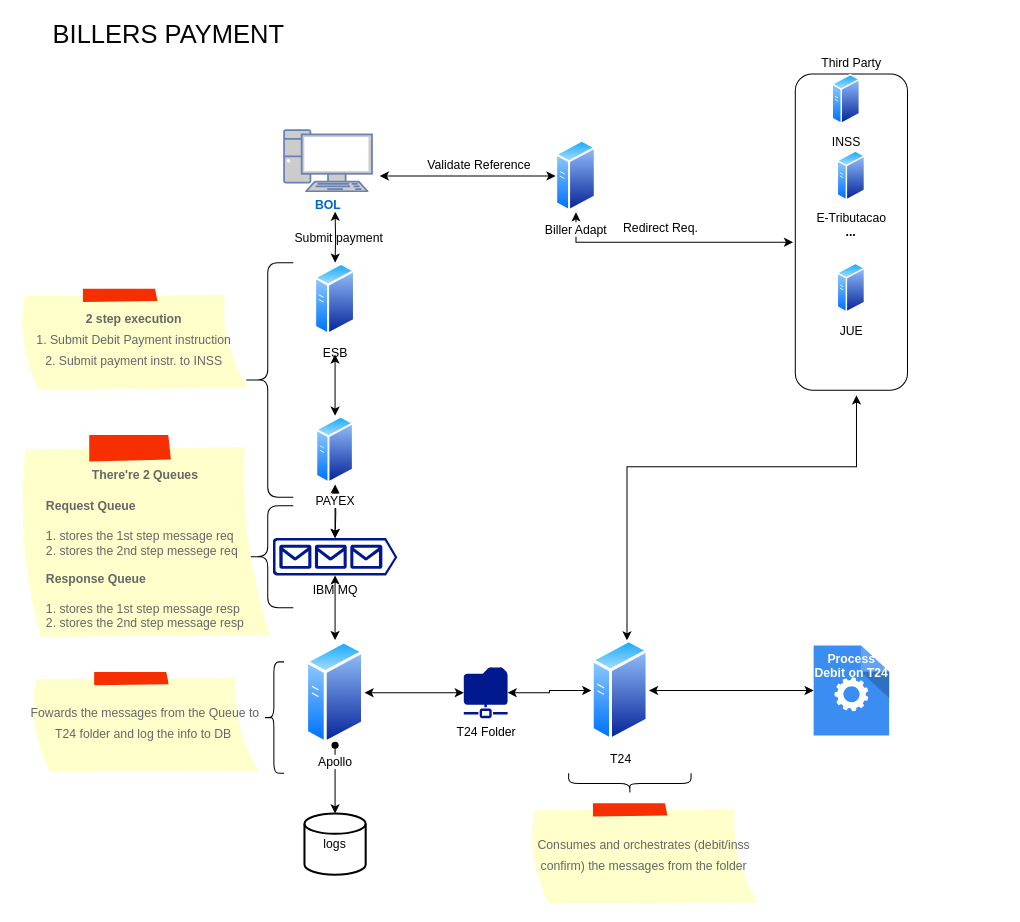
Above: Untitled Diagram.drawio in Klaucio/aula (draw.io), before the change. Source tidied: cells renumbered, new cells numbered last; positions are measured from the earlier drawing's top-left corner, leaving out a move shared by most shapes. Both pictures are drawn from the tidied source at 102%, with x=0, y=0 at pixel (17, 17).
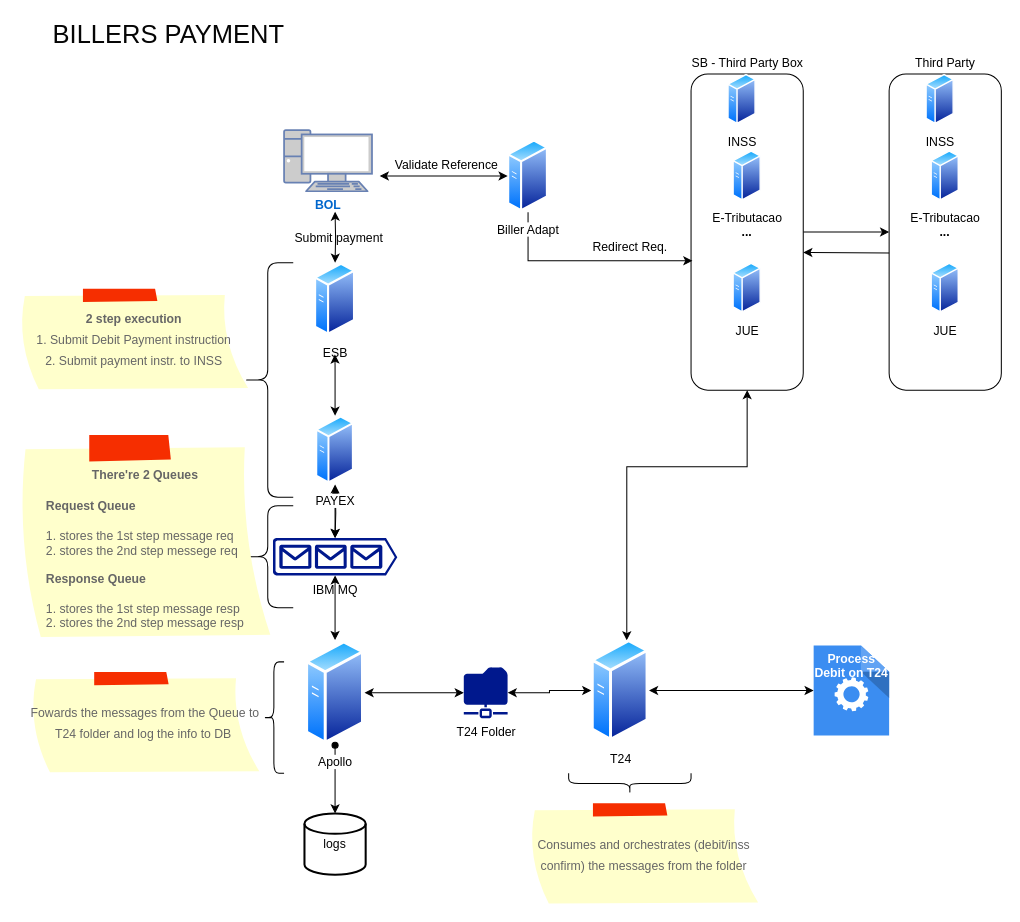
Above is the later version.

The change refers to these unchanged cells:
```xml
<mxCell id="26" value="T24" style="perimeter=ellipsePerimeter;html=1;align=center;shadow=0;dashed=0;spacingTop=3;image;image=img/lib/active_directory/generic_server.svg;direction=east;" parent="1" vertex="1">
  <mxGeometry x="562.2" y="608.9" width="56.6" height="101.1" as="geometry" />
</mxCell>
```

What changed in the source:
```diff
@@
+    <mxCell id="41" style="edgeStyle=orthogonalEdgeStyle;rounded=0;jettySize=auto;html=1;" parent="1" edge="1" source="2" target="44">
+      <mxGeometry relative="1" as="geometry" />
+    </mxCell>
     <mxCell id="2" value="&lt;b&gt;...&lt;/b&gt;" style="rounded=1;whiteSpace=wrap;html=1;" parent="1" vertex="1">
-      <mxGeometry x="762.2" y="55" width="110" height="310" as="geometry" />
+      <mxGeometry x="660" y="55" width="110" height="310" as="geometry" />
     </mxCell>
@@
-    <mxCell id="4" style="edgeStyle=orthogonalEdgeStyle;rounded=0;jettySize=auto;html=1;startArrow=classic;startFill=1;" parent="1" edge="1" source="5">
-      <mxGeometry relative="1" as="geometry">
-        <mxPoint x="760" y="220" as="targetPoint" />
-        <Array as="points">
-          <mxPoint x="547" y="220" />
-          <mxPoint x="760" y="220" />
-        </Array>
-      </mxGeometry>
-    </mxCell>
+    <mxCell id="42" style="edgeStyle=orthogonalEdgeStyle;rounded=0;jettySize=auto;html=1;entryX=0.012;entryY=0.591;entryDx=0;entryDy=0;entryPerimeter=0;" parent="1" edge="1" source="5" target="2">
+      <mxGeometry relative="1" as="geometry">
+        <Array as="points">
+          <mxPoint x="500" y="238" />
+        </Array>
+      </mxGeometry>
+    </mxCell>
     <mxCell id="5" value="Biller Adapt" style="perimeter=ellipsePerimeter;html=1;align=center;shadow=0;dashed=0;spacingTop=3;image;image=img/lib/active_directory/generic_server.svg;" parent="1" vertex="1">
-      <mxGeometry x="527.2" y="119.3" width="40" height="71.4" as="geometry" />
+      <mxGeometry x="480.2" y="119.3" width="40" height="71.4" as="geometry" />
     </mxCell>
-    <mxCell id="6" value="Third Party" style="text;html=1;align=center;verticalAlign=middle;strokeColor=none;fillColor=none;" parent="1" vertex="1">
-      <mxGeometry x="777.2" y="30" width="80" height="30" as="geometry" />
+    <mxCell id="6" value="SB - Third Party Box" style="text;html=1;align=center;verticalAlign=middle;strokeColor=none;fillColor=none;" parent="1" vertex="1">
+      <mxGeometry x="650" y="30" width="130" height="30" as="geometry" />
     </mxCell>
     <mxCell id="7" value="INSS" style="perimeter=ellipsePerimeter;html=1;align=center;shadow=0;dashed=0;spacingTop=3;image;image=img/lib/active_directory/generic_server.svg;" parent="1" vertex="1">
-      <mxGeometry x="798.2" y="55" width="28" height="50" as="geometry" />
+      <mxGeometry x="696" y="55" width="28" height="50" as="geometry" />
     </mxCell>
     <mxCell id="8" value="E-Tributacao" style="perimeter=ellipsePerimeter;html=1;align=center;shadow=0;dashed=0;spacingTop=3;image;image=img/lib/active_directory/generic_server.svg;" parent="1" vertex="1">
-      <mxGeometry x="803.2" y="130" width="28" height="50" as="geometry" />
+      <mxGeometry x="701" y="130" width="28" height="50" as="geometry" />
     </mxCell>
     <mxCell id="9" value="JUE" style="perimeter=ellipsePerimeter;html=1;align=center;shadow=0;dashed=0;spacingTop=3;image;image=img/lib/active_directory/generic_server.svg;" parent="1" vertex="1">
-      <mxGeometry x="803.2" y="240" width="28" height="50" as="geometry" />
+      <mxGeometry x="701" y="240" width="28" height="50" as="geometry" />
     </mxCell>
     <mxCell id="10" value="Validate Reference" style="text;html=1;align=center;verticalAlign=middle;strokeColor=none;fillColor=none;" parent="1" vertex="1">
-      <mxGeometry x="392.2" y="130" width="120" height="30" as="geometry" />
+      <mxGeometry x="360.2" y="130" width="120" height="30" as="geometry" />
     </mxCell>
     <mxCell id="11" value="Redirect Req." style="text;html=1;align=center;verticalAlign=middle;strokeColor=none;fillColor=none;" parent="1" vertex="1">
-      <mxGeometry x="580" y="190.7" width="100" height="30" as="geometry" />
+      <mxGeometry x="550" y="210" width="100" height="30" as="geometry" />
     </mxCell>
@@
-    <mxCell id="24" style="edgeStyle=orthogonalEdgeStyle;rounded=0;jettySize=auto;html=1;entryX=0.5;entryY=1;entryDx=0;entryDy=0;fontColor=#FFFFFF;startArrow=classic;startFill=1;" parent="1" edge="1" source="26">
+    <mxCell id="24" style="edgeStyle=orthogonalEdgeStyle;rounded=0;jettySize=auto;html=1;entryX=0.5;entryY=1;entryDx=0;entryDy=0;fontColor=#FFFFFF;startArrow=classic;startFill=1;" parent="1" edge="1" source="26" target="2">
       <mxGeometry relative="1" as="geometry">
-        <mxPoint x="822.2" y="370" as="targetPoint" />
         <Array as="points">
-          <mxPoint x="597.2" y="440" />
-          <mxPoint x="822.2" y="440" />
+          <mxPoint x="597" y="440" />
+          <mxPoint x="715" y="440" />
         </Array>
       </mxGeometry>
     </mxCell>
@@
+    <mxCell id="43" style="edgeStyle=orthogonalEdgeStyle;rounded=0;jettySize=auto;html=1;exitX=0.01;exitY=0.566;exitDx=0;exitDy=0;exitPerimeter=0;" parent="1" edge="1" source="44">
+      <mxGeometry relative="1" as="geometry">
+        <mxPoint x="770" y="230" as="targetPoint" />
+      </mxGeometry>
+    </mxCell>
+    <mxCell id="44" value="&lt;b&gt;...&lt;/b&gt;" style="rounded=1;whiteSpace=wrap;html=1;" parent="1" vertex="1">
+      <mxGeometry x="854.2" y="55" width="110" height="310" as="geometry" />
+    </mxCell>
+    <mxCell id="45" value="Third Party" style="text;html=1;align=center;verticalAlign=middle;strokeColor=none;fillColor=none;" parent="1" vertex="1">
+      <mxGeometry x="869.2" y="30" width="80" height="30" as="geometry" />
+    </mxCell>
+    <mxCell id="46" value="INSS" style="perimeter=ellipsePerimeter;html=1;align=center;shadow=0;dashed=0;spacingTop=3;image;image=img/lib/active_directory/generic_server.svg;" parent="1" vertex="1">
+      <mxGeometry x="890.2" y="55" width="28" height="50" as="geometry" />
+    </mxCell>
+    <mxCell id="47" value="E-Tributacao" style="perimeter=ellipsePerimeter;html=1;align=center;shadow=0;dashed=0;spacingTop=3;image;image=img/lib/active_directory/generic_server.svg;" parent="1" vertex="1">
+      <mxGeometry x="895.2" y="130" width="28" height="50" as="geometry" />
+    </mxCell>
+    <mxCell id="48" value="JUE" style="perimeter=ellipsePerimeter;html=1;align=center;shadow=0;dashed=0;spacingTop=3;image;image=img/lib/active_directory/generic_server.svg;" parent="1" vertex="1">
+      <mxGeometry x="895.2" y="240" width="28" height="50" as="geometry" />
+    </mxCell>
```
